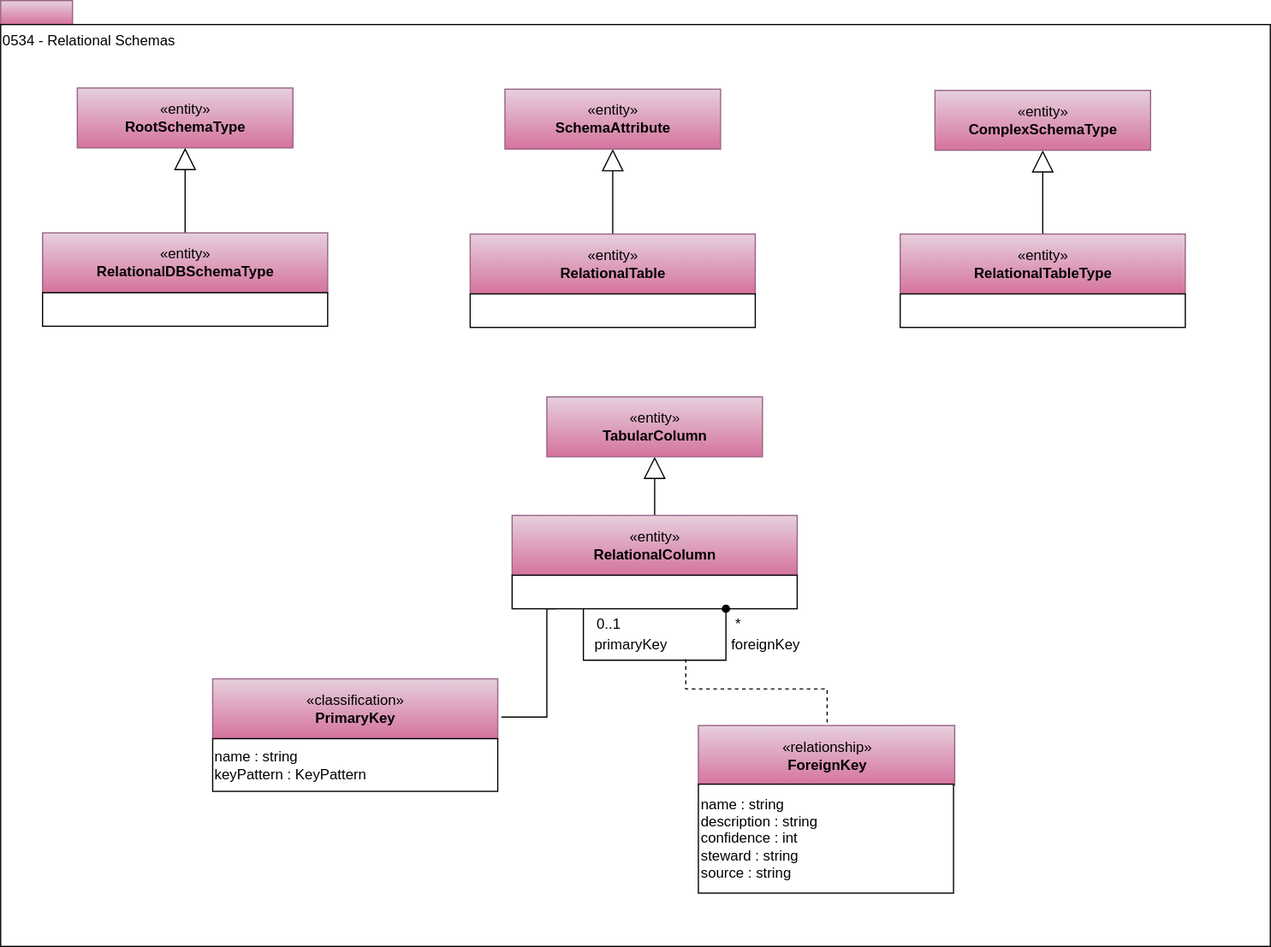
This is site/docs/types/5/0534-Relational-Schemas.svg from odpi/egeria-docs, a draw.io export, as it was before one commit. Source tidied: cells renumbered, new cells last; positions are measured from the earlier drawing's top-left corner, leaving out a move shared by most shapes.
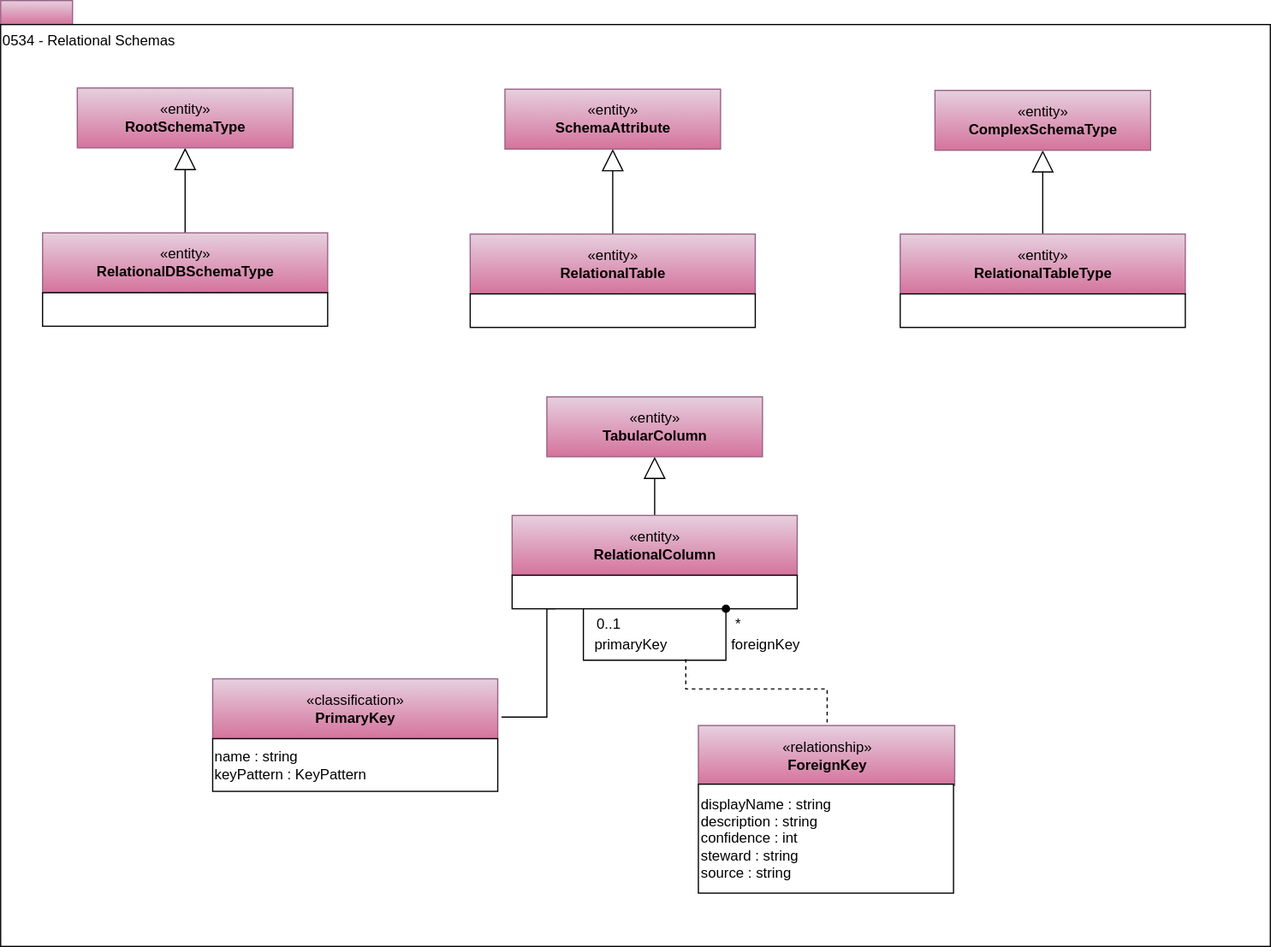
The same file after the commit.

The edit, as a diff of the source:
```diff
@@ -104,7 +104,7 @@
     <mxCell id="29" value="«relationship»&lt;br&gt;&lt;b&gt;ForeignKey&lt;/b&gt;" style="html=1;strokeColor=#996185;align=center;fillColor=#e6d0de;gradientColor=#d5739d;" parent="28" vertex="1">
       <mxGeometry width="214" height="50" as="geometry" />
     </mxCell>
-    <mxCell id="30" value="name : string&lt;div style=&quot;text-align: left&quot;&gt;description : string&lt;/div&gt;&lt;div style=&quot;text-align: left&quot;&gt;confidence : int&lt;/div&gt;&lt;div style=&quot;text-align: left&quot;&gt;steward : string&lt;/div&gt;&lt;div style=&quot;text-align: left&quot;&gt;source : string&lt;/div&gt;" style="rounded=0;whiteSpace=wrap;html=1;strokeColor=#000000;gradientColor=#ffffff;align=left;" parent="28" vertex="1">
+    <mxCell id="30" value="displayName : string&lt;div style=&quot;text-align: left&quot;&gt;description : string&lt;/div&gt;&lt;div style=&quot;text-align: left&quot;&gt;confidence : int&lt;/div&gt;&lt;div style=&quot;text-align: left&quot;&gt;steward : string&lt;/div&gt;&lt;div style=&quot;text-align: left&quot;&gt;source : string&lt;/div&gt;" style="rounded=0;whiteSpace=wrap;html=1;strokeColor=#000000;gradientColor=#ffffff;align=left;" parent="28" vertex="1">
       <mxGeometry y="49" width="213" height="91" as="geometry" />
     </mxCell>
     <mxCell id="31" style="edgeStyle=orthogonalEdgeStyle;rounded=0;jettySize=auto;html=1;exitX=0.5;exitY=0;exitDx=0;exitDy=0;entryX=0.5;entryY=1;entryDx=0;entryDy=0;startSize=6;endArrow=block;endFill=0;endSize=16;" parent="1" edge="1" source="34" target="32">
```
